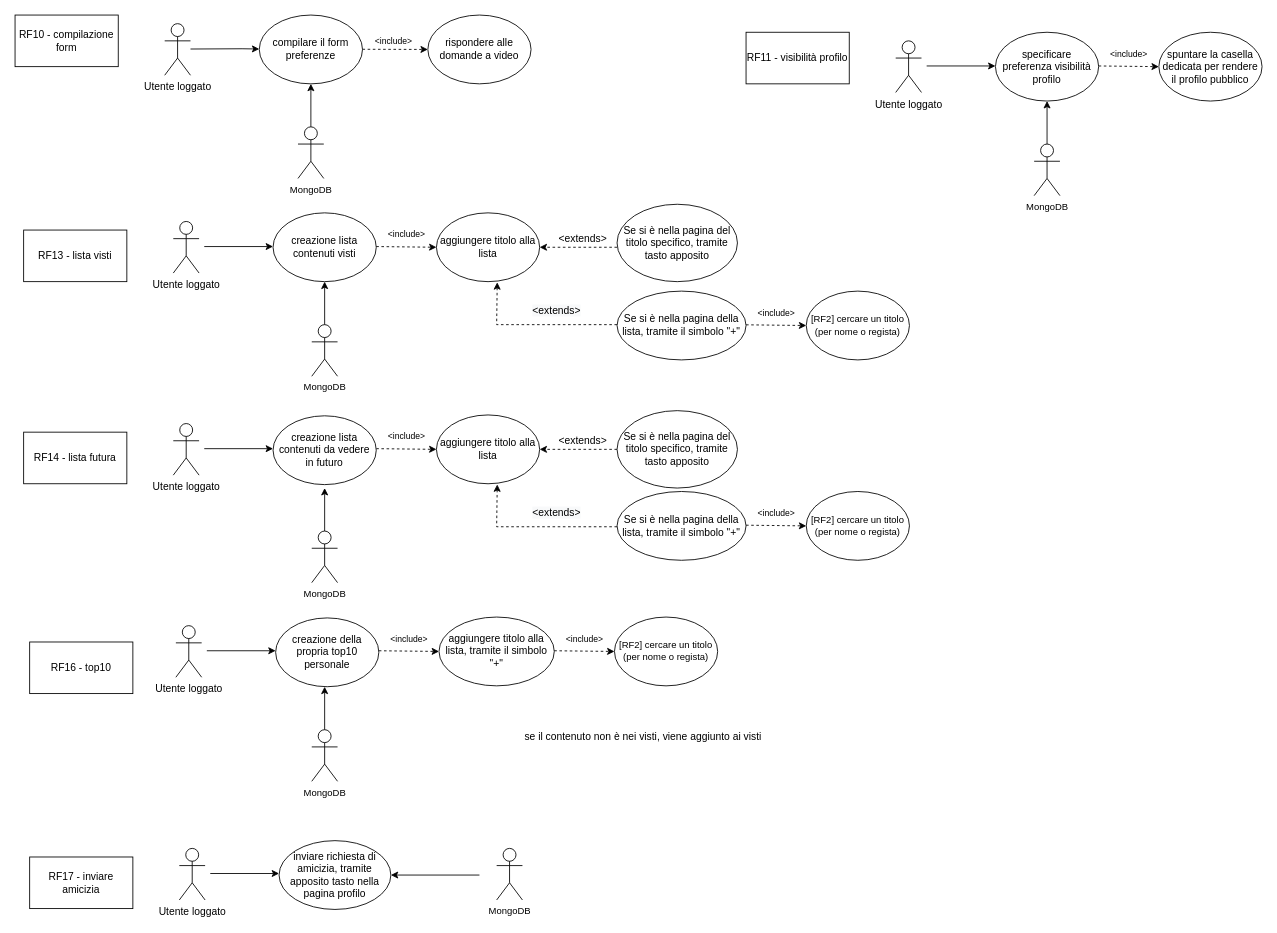
Earlier version of the draw.io diagram UserCaseA.drawio (Organizzazione-IngSoftware/BancoLavoroD2). Source tidied: cells renumbered, new cells numbered last; positions are measured from the earlier drawing's top-left corner, leaving out a move shared by most shapes. Both pictures are drawn from the tidied source at 86%, with x=0, y=0 at pixel (15, 15).
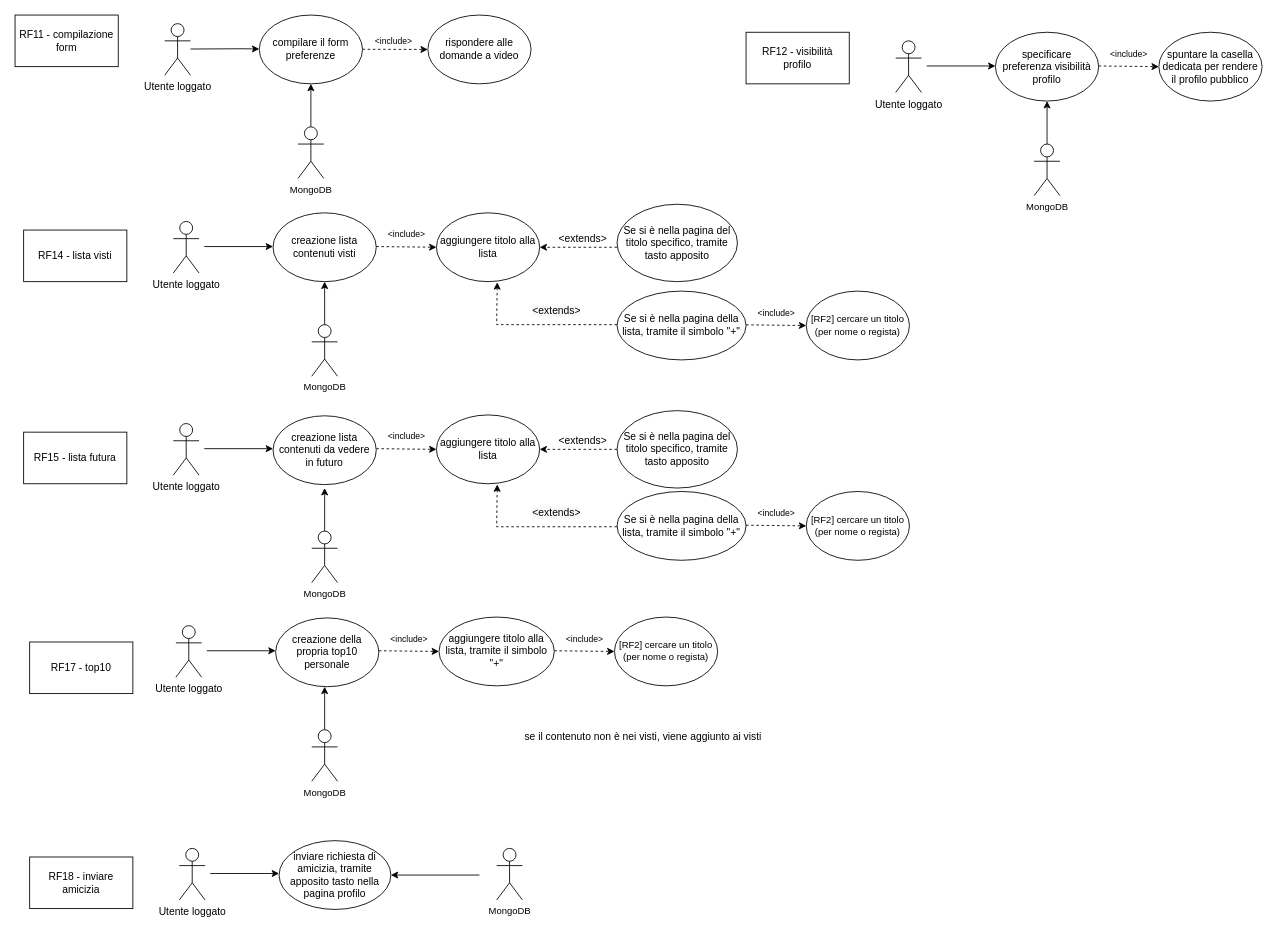
After the change.

Commit message:
UserCaseA aggiornamento numerazione.drawio

What changed in the source:
```diff
@@
-    <mxCell id="6" value="RF10 - compilazione form" style="rounded=0;whiteSpace=wrap;html=1;" parent="1" vertex="1">
+    <mxCell id="6" value="RF11 - compilazione form" style="rounded=0;whiteSpace=wrap;html=1;" parent="1" vertex="1">
       <mxGeometry width="120" height="60" as="geometry" />
     </mxCell>
-    <mxCell id="7" value="RF11 - visibilità profilo" style="rounded=0;whiteSpace=wrap;html=1;" parent="1" vertex="1">
+    <mxCell id="7" value="RF12 - visibilità profilo" style="rounded=0;whiteSpace=wrap;html=1;" parent="1" vertex="1">
       <mxGeometry x="850" y="20" width="120" height="60" as="geometry" />
     </mxCell>
@@
-    <mxCell id="16" value="RF13 - lista visti" style="rounded=0;whiteSpace=wrap;html=1;fontSize=12;" parent="1" vertex="1">
+    <mxCell id="16" value="RF14 - lista visti" style="rounded=0;whiteSpace=wrap;html=1;fontSize=12;" parent="1" vertex="1">
       <mxGeometry x="10" y="250" width="120" height="60" as="geometry" />
     </mxCell>
@@
-    <mxCell id="29" value="RF14 - lista futura" style="rounded=0;whiteSpace=wrap;html=1;fontSize=12;" parent="1" vertex="1">
+    <mxCell id="29" value="RF15 - lista futura" style="rounded=0;whiteSpace=wrap;html=1;fontSize=12;" parent="1" vertex="1">
       <mxGeometry x="10" y="485" width="120" height="60" as="geometry" />
     </mxCell>
@@
-    <mxCell id="48" value="RF16 - top10" style="rounded=0;whiteSpace=wrap;html=1;fontSize=12;" parent="1" vertex="1">
+    <mxCell id="48" value="RF17 - top10" style="rounded=0;whiteSpace=wrap;html=1;fontSize=12;" parent="1" vertex="1">
       <mxGeometry x="17" y="729" width="120" height="60" as="geometry" />
     </mxCell>
-    <mxCell id="49" value="RF17 - inviare amicizia" style="rounded=0;whiteSpace=wrap;html=1;fontSize=12;" parent="1" vertex="1">
+    <mxCell id="49" value="RF18 - inviare amicizia" style="rounded=0;whiteSpace=wrap;html=1;fontSize=12;" parent="1" vertex="1">
       <mxGeometry x="17" y="979" width="120" height="60" as="geometry" />
     </mxCell>
```
